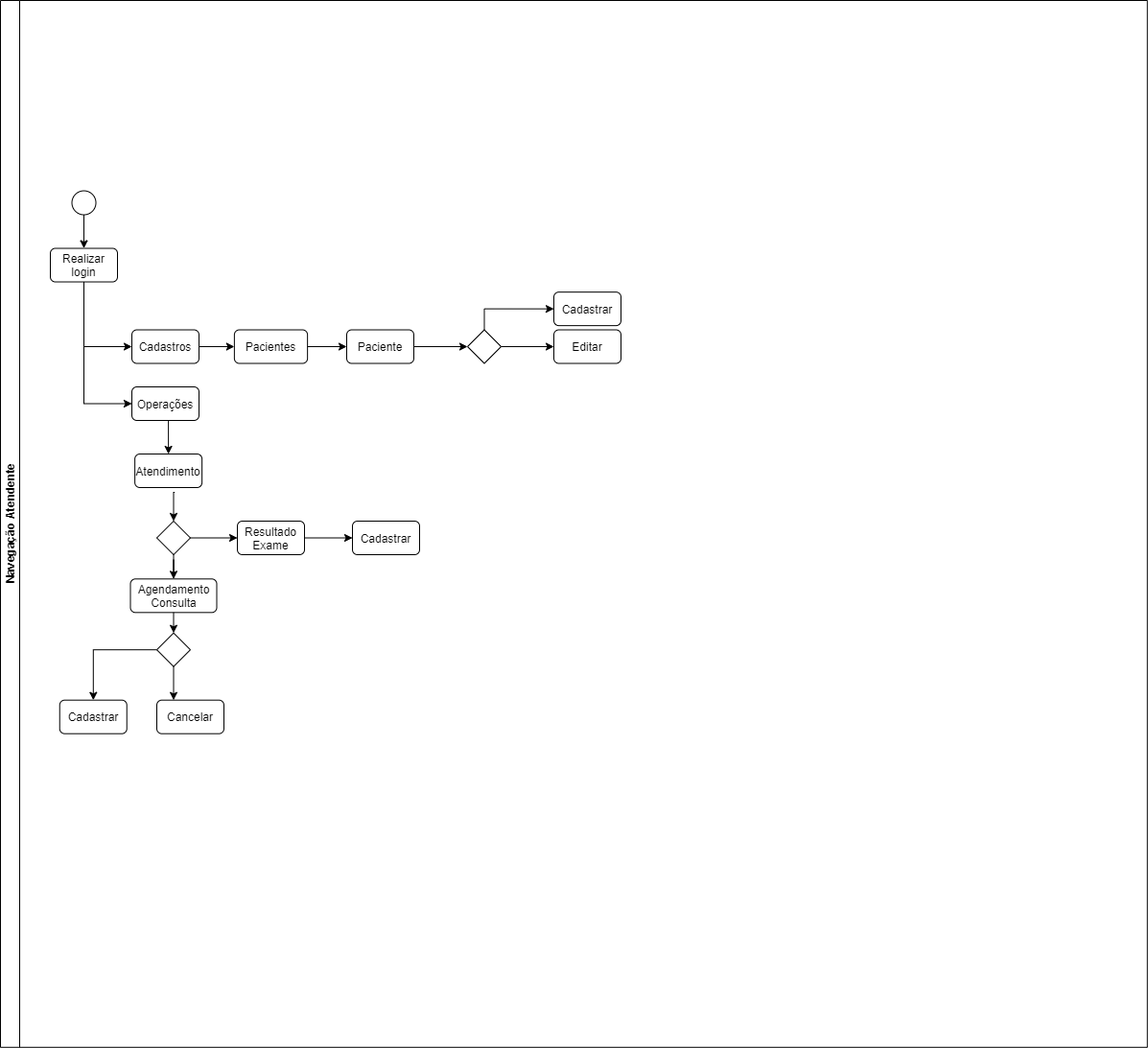
The draw.io diagram Diagramas/ArquiteturaAtendente.png in victorfg21/easy-clinical, before a commit. Source tidied: cells renumbered, new cells last; positions are measured from the earlier drawing's top-left corner, leaving out a move shared by most shapes. Source of this version:
```xml
<mxGraphModel>
  <root>
    <mxCell id="0" />
    <mxCell id="1" parent="0" />
    <mxCell id="2" value="Navegação Atendente" style="swimlane;html=1;startSize=20;horizontal=1;containerType=tree;rotation=-90;" parent="1" vertex="1">
      <mxGeometry width="1091.8" height="1195.8" as="geometry" />
    </mxCell>
    <mxCell id="3" style="ellipse;whiteSpace=wrap;html=1;" parent="2" vertex="1">
      <mxGeometry x="22.5" y="250.5" width="25" height="25" as="geometry" />
    </mxCell>
    <mxCell id="4" value="Realizar login" style="rounded=1;whiteSpace=wrap;html=1;" parent="2" vertex="1">
      <mxGeometry y="310.5" width="70" height="35" as="geometry" />
    </mxCell>
    <mxCell id="5" value="Cadastros" style="rounded=1;whiteSpace=wrap;html=1;" parent="2" vertex="1">
      <mxGeometry x="85" y="395.5" width="70" height="35" as="geometry" />
    </mxCell>
    <mxCell id="6" style="edgeStyle=orthogonalEdgeStyle;rounded=0;jettySize=auto;html=1;exitX=0.5;exitY=1;exitDx=0;exitDy=0;entryX=0.5;entryY=0;entryDx=0;entryDy=0;" parent="2" edge="1" source="7" target="11">
      <mxGeometry relative="1" as="geometry" />
    </mxCell>
    <mxCell id="7" value="Operações" style="rounded=1;whiteSpace=wrap;html=1;" parent="2" vertex="1">
      <mxGeometry x="85" y="455" width="70" height="35" as="geometry" />
    </mxCell>
    <mxCell id="8" style="edgeStyle=orthogonalEdgeStyle;rounded=0;jettySize=auto;html=1;exitX=0.5;exitY=1;exitDx=0;exitDy=0;entryX=0;entryY=0.5;entryDx=0;entryDy=0;" parent="2" edge="1" source="4" target="7">
      <mxGeometry relative="1" as="geometry" />
    </mxCell>
    <mxCell id="9" style="edgeStyle=orthogonalEdgeStyle;rounded=0;jettySize=auto;html=1;exitX=0.5;exitY=1;exitDx=0;exitDy=0;entryX=0;entryY=0.5;entryDx=0;entryDy=0;" parent="2" edge="1" source="4" target="5">
      <mxGeometry relative="1" as="geometry" />
    </mxCell>
    <mxCell id="10" style="edgeStyle=orthogonalEdgeStyle;rounded=0;jettySize=auto;html=1;exitX=1;exitY=0.5;exitDx=0;exitDy=0;entryX=0;entryY=0.5;entryDx=0;entryDy=0;" parent="2" edge="1" source="5" target="27">
      <mxGeometry relative="1" as="geometry" />
    </mxCell>
    <mxCell id="11" value="Atendimento" style="rounded=1;whiteSpace=wrap;html=1;" parent="2" vertex="1">
      <mxGeometry x="88.1" y="525" width="70" height="35" as="geometry" />
    </mxCell>
    <mxCell id="12" style="edgeStyle=orthogonalEdgeStyle;rounded=0;jettySize=auto;html=1;exitX=1;exitY=0.5;exitDx=0;exitDy=0;entryX=0;entryY=0.5;entryDx=0;entryDy=0;" parent="2" edge="1" source="14" target="20">
      <mxGeometry relative="1" as="geometry">
        <Array as="points">
          <mxPoint x="195" y="613" />
          <mxPoint x="195" y="613" />
        </Array>
      </mxGeometry>
    </mxCell>
    <mxCell id="13" style="edgeStyle=orthogonalEdgeStyle;rounded=0;jettySize=auto;html=1;exitX=0.5;exitY=1;exitDx=0;exitDy=0;" parent="2" edge="1" source="14" target="18">
      <mxGeometry relative="1" as="geometry" />
    </mxCell>
    <mxCell id="14" style="rhombus;whiteSpace=wrap;html=1;" parent="2" vertex="1">
      <mxGeometry x="111" y="595" width="35" height="35" as="geometry" />
    </mxCell>
    <mxCell id="15" style="edgeStyle=orthogonalEdgeStyle;rounded=0;jettySize=auto;html=1;entryX=0.5;entryY=0;entryDx=0;entryDy=0;" parent="2" edge="1" target="14">
      <mxGeometry relative="1" as="geometry">
        <mxPoint x="129.7" y="565" as="sourcePoint" />
      </mxGeometry>
    </mxCell>
    <mxCell id="16" style="edgeStyle=orthogonalEdgeStyle;rounded=0;jettySize=auto;html=1;exitX=0.5;exitY=1;exitDx=0;exitDy=0;entryX=0.25;entryY=0;entryDx=0;entryDy=0;" parent="2" edge="1" source="25" target="23">
      <mxGeometry relative="1" as="geometry" />
    </mxCell>
    <mxCell id="17" style="edgeStyle=orthogonalEdgeStyle;rounded=0;jettySize=auto;html=1;exitX=0;exitY=0.5;exitDx=0;exitDy=0;" parent="2" edge="1" source="25" target="22">
      <mxGeometry relative="1" as="geometry" />
    </mxCell>
    <mxCell id="18" value="Agendamento Consulta" style="rounded=1;whiteSpace=wrap;html=1;" parent="2" vertex="1">
      <mxGeometry x="83.5" y="655.3" width="90" height="35" as="geometry" />
    </mxCell>
    <mxCell id="19" style="edgeStyle=orthogonalEdgeStyle;rounded=0;jettySize=auto;html=1;exitX=1;exitY=0.5;exitDx=0;exitDy=0;" parent="2" edge="1" source="20" target="24">
      <mxGeometry relative="1" as="geometry" />
    </mxCell>
    <mxCell id="20" value="Resultado Exame" style="rounded=1;whiteSpace=wrap;html=1;" parent="2" vertex="1">
      <mxGeometry x="195" y="595" width="70" height="35" as="geometry" />
    </mxCell>
    <mxCell id="21" style="edgeStyle=orthogonalEdgeStyle;rounded=0;jettySize=auto;html=1;exitX=0.5;exitY=1;exitDx=0;exitDy=0;" parent="2" edge="1" source="3" target="4">
      <mxGeometry relative="1" as="geometry" />
    </mxCell>
    <mxCell id="22" value="Cadastrar" style="rounded=1;whiteSpace=wrap;html=1;" parent="2" vertex="1">
      <mxGeometry x="9.8" y="781.7" width="70" height="35" as="geometry" />
    </mxCell>
    <mxCell id="23" value="Cancelar" style="rounded=1;whiteSpace=wrap;html=1;" parent="2" vertex="1">
      <mxGeometry x="111" y="781.7" width="70" height="35" as="geometry" />
    </mxCell>
    <mxCell id="24" value="Cadastrar" style="rounded=1;whiteSpace=wrap;html=1;" parent="2" vertex="1">
      <mxGeometry x="315" y="595" width="70" height="35" as="geometry" />
    </mxCell>
    <mxCell id="25" style="rhombus;whiteSpace=wrap;html=1;" parent="2" vertex="1">
      <mxGeometry x="111" y="711.7" width="35" height="35" as="geometry" />
    </mxCell>
    <mxCell id="26" style="edgeStyle=orthogonalEdgeStyle;rounded=0;jettySize=auto;html=1;exitX=0.5;exitY=1;exitDx=0;exitDy=0;entryX=0.5;entryY=0;entryDx=0;entryDy=0;" parent="2" edge="1" source="18" target="25">
      <mxGeometry relative="1" as="geometry" />
    </mxCell>
    <mxCell id="27" value="Pacientes&lt;span style=&quot;color: rgba(0 , 0 , 0 , 0) ; font-family: monospace ; font-size: 0px ; white-space: nowrap&quot;&gt;%3CmxGraphModel%3E%3Croot%3E%3CmxCell%20id%3D%220%22%2F%3E%3CmxCell%20id%3D%221%22%20parent%3D%220%22%2F%3E%3CmxCell%20id%3D%222%22%20value%3D%22Profissionais%22%20style%3D%22rounded%3D1%3BwhiteSpace%3Dwrap%3Bhtml%3D1%3B%22%20vertex%3D%221%22%20parent%3D%221%22%3E%3CmxGeometry%20x%3D%22463.75%22%20y%3D%2296.5%22%20width%3D%2276.25%22%20height%3D%2235%22%20as%3D%22geometry%22%2F%3E%3C%2FmxCell%3E%3C%2Froot%3E%3C%2FmxGraphModel%3E&lt;/span&gt;" style="rounded=1;whiteSpace=wrap;html=1;" parent="2" vertex="1">
      <mxGeometry x="191.9" y="395.5" width="76.2" height="35" as="geometry" />
    </mxCell>
    <mxCell id="28" style="edgeStyle=orthogonalEdgeStyle;rounded=0;jettySize=auto;html=1;exitX=1;exitY=0.5;exitDx=0;exitDy=0;entryX=0;entryY=0.5;entryDx=0;entryDy=0;" parent="2" edge="1" source="29" target="31">
      <mxGeometry relative="1" as="geometry" />
    </mxCell>
    <mxCell id="29" value="Paciente" style="rounded=1;whiteSpace=wrap;html=1;" parent="2" vertex="1">
      <mxGeometry x="309" y="395.5" width="70" height="35" as="geometry" />
    </mxCell>
    <mxCell id="30" style="edgeStyle=orthogonalEdgeStyle;rounded=0;jettySize=auto;html=1;exitX=1;exitY=0.5;exitDx=0;exitDy=0;entryX=0;entryY=0.5;entryDx=0;entryDy=0;" parent="2" edge="1" source="27" target="29">
      <mxGeometry relative="1" as="geometry" />
    </mxCell>
    <mxCell id="31" style="rhombus;whiteSpace=wrap;html=1;" parent="2" vertex="1">
      <mxGeometry x="435" y="395.5" width="35" height="35" as="geometry" />
    </mxCell>
    <mxCell id="32" value="Editar" style="rounded=1;whiteSpace=wrap;html=1;" parent="2" vertex="1">
      <mxGeometry x="525" y="395.5" width="70" height="35" as="geometry" />
    </mxCell>
    <mxCell id="33" style="edgeStyle=orthogonalEdgeStyle;rounded=0;jettySize=auto;html=1;exitX=1;exitY=0.5;exitDx=0;exitDy=0;entryX=0;entryY=0.5;entryDx=0;entryDy=0;" parent="2" edge="1" source="31" target="32">
      <mxGeometry relative="1" as="geometry" />
    </mxCell>
    <mxCell id="34" value="Cadastrar" style="rounded=1;whiteSpace=wrap;html=1;" parent="2" vertex="1">
      <mxGeometry x="525" y="356.1" width="70" height="35" as="geometry" />
    </mxCell>
    <mxCell id="35" style="edgeStyle=orthogonalEdgeStyle;rounded=0;jettySize=auto;html=1;exitX=0.5;exitY=0;exitDx=0;exitDy=0;entryX=0;entryY=0.5;entryDx=0;entryDy=0;" parent="2" edge="1" source="31" target="34">
      <mxGeometry relative="1" as="geometry" />
    </mxCell>
  </root>
</mxGraphModel>
```
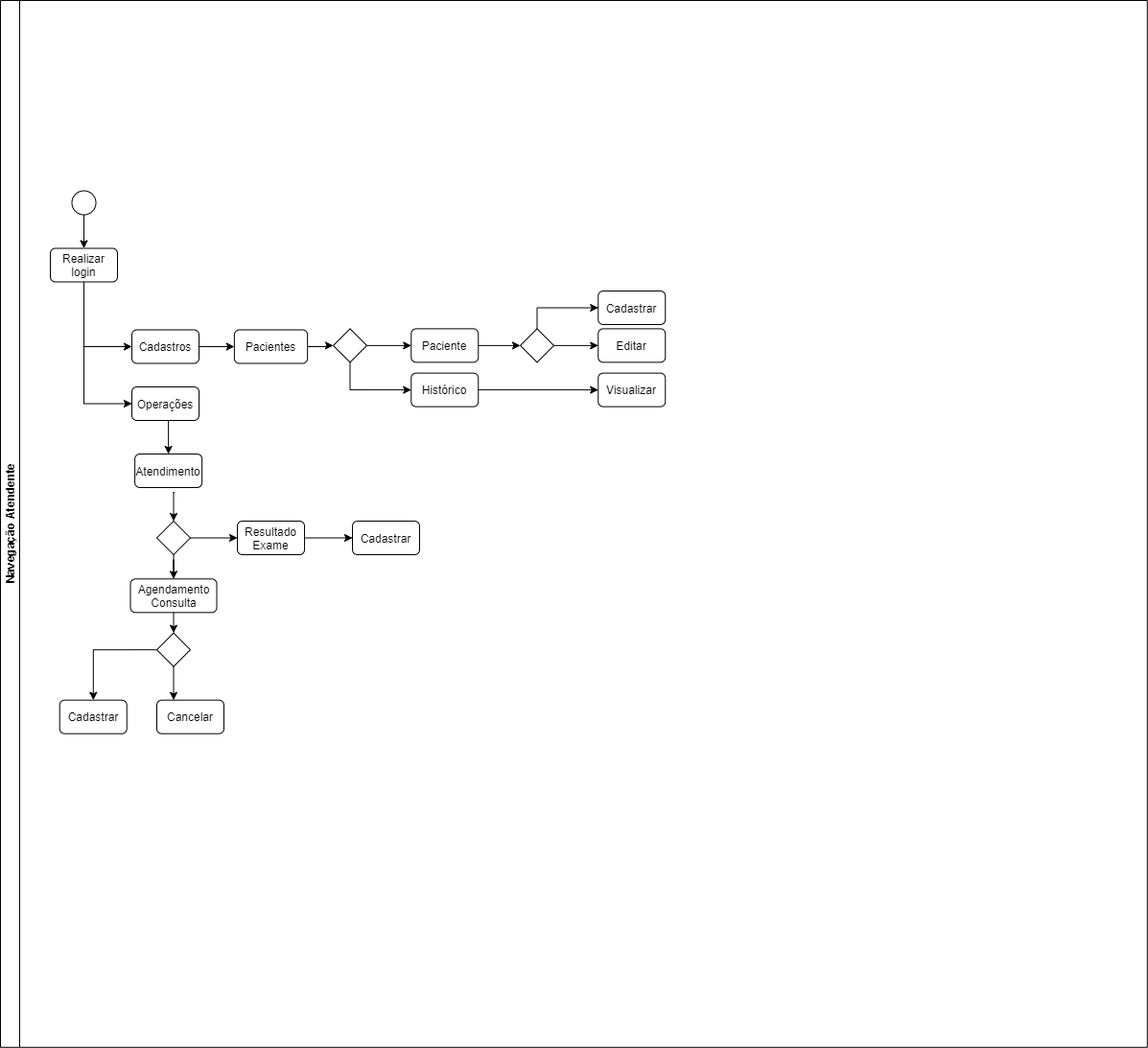
The same diagram one commit later.

Diff of the diagram source:
```diff
@@ -84,32 +84,50 @@
     <mxCell id="26" style="edgeStyle=orthogonalEdgeStyle;rounded=0;jettySize=auto;html=1;exitX=0.5;exitY=1;exitDx=0;exitDy=0;entryX=0.5;entryY=0;entryDx=0;entryDy=0;" parent="2" edge="1" source="18" target="25">
       <mxGeometry relative="1" as="geometry" />
     </mxCell>
+    <mxCell id="36" style="edgeStyle=orthogonalEdgeStyle;rounded=0;jettySize=auto;html=1;exitX=1;exitY=0.5;exitDx=0;exitDy=0;" parent="2" edge="1" source="27" target="37">
+      <mxGeometry relative="1" as="geometry" />
+    </mxCell>
     <mxCell id="27" value="Pacientes&lt;span style=&quot;color: rgba(0 , 0 , 0 , 0) ; font-family: monospace ; font-size: 0px ; white-space: nowrap&quot;&gt;%3CmxGraphModel%3E%3Croot%3E%3CmxCell%20id%3D%220%22%2F%3E%3CmxCell%20id%3D%221%22%20parent%3D%220%22%2F%3E%3CmxCell%20id%3D%222%22%20value%3D%22Profissionais%22%20style%3D%22rounded%3D1%3BwhiteSpace%3Dwrap%3Bhtml%3D1%3B%22%20vertex%3D%221%22%20parent%3D%221%22%3E%3CmxGeometry%20x%3D%22463.75%22%20y%3D%2296.5%22%20width%3D%2276.25%22%20height%3D%2235%22%20as%3D%22geometry%22%2F%3E%3C%2FmxCell%3E%3C%2Froot%3E%3C%2FmxGraphModel%3E&lt;/span&gt;" style="rounded=1;whiteSpace=wrap;html=1;" parent="2" vertex="1">
       <mxGeometry x="191.9" y="395.5" width="76.2" height="35" as="geometry" />
     </mxCell>
-    <mxCell id="28" style="edgeStyle=orthogonalEdgeStyle;rounded=0;jettySize=auto;html=1;exitX=1;exitY=0.5;exitDx=0;exitDy=0;entryX=0;entryY=0.5;entryDx=0;entryDy=0;" parent="2" edge="1" source="29" target="31">
-      <mxGeometry relative="1" as="geometry" />
-    </mxCell>
+    <mxCell id="37" style="rhombus;whiteSpace=wrap;html=1;" parent="2" vertex="1">
+      <mxGeometry x="295" y="394.4" width="35" height="35" as="geometry" />
+    </mxCell>
     <mxCell id="29" value="Paciente" style="rounded=1;whiteSpace=wrap;html=1;" parent="2" vertex="1">
-      <mxGeometry x="309" y="395.5" width="70" height="35" as="geometry" />
+      <mxGeometry x="376.2" y="394.4" width="70" height="35" as="geometry" />
     </mxCell>
-    <mxCell id="30" style="edgeStyle=orthogonalEdgeStyle;rounded=0;jettySize=auto;html=1;exitX=1;exitY=0.5;exitDx=0;exitDy=0;entryX=0;entryY=0.5;entryDx=0;entryDy=0;" parent="2" edge="1" source="27" target="29">
-      <mxGeometry relative="1" as="geometry" />
-    </mxCell>
-    <mxCell id="31" style="rhombus;whiteSpace=wrap;html=1;" parent="2" vertex="1">
-      <mxGeometry x="435" y="395.5" width="35" height="35" as="geometry" />
-    </mxCell>
+    <mxCell id="38" style="edgeStyle=orthogonalEdgeStyle;rounded=0;jettySize=auto;html=1;exitX=1;exitY=0.5;exitDx=0;exitDy=0;entryX=0;entryY=0.5;entryDx=0;entryDy=0;" parent="2" edge="1" source="37" target="29">
+      <mxGeometry relative="1" as="geometry" />
+    </mxCell>
+    <mxCell id="39" value="Histórico" style="rounded=1;whiteSpace=wrap;html=1;" parent="2" vertex="1">
+      <mxGeometry x="376.2" y="440.6" width="70" height="35" as="geometry" />
+    </mxCell>
+    <mxCell id="40" style="edgeStyle=orthogonalEdgeStyle;rounded=0;jettySize=auto;html=1;exitX=0.5;exitY=1;exitDx=0;exitDy=0;entryX=0;entryY=0.5;entryDx=0;entryDy=0;" parent="2" edge="1" source="37" target="39">
+      <mxGeometry relative="1" as="geometry" />
+    </mxCell>
+    <mxCell id="41" style="rhombus;whiteSpace=wrap;html=1;" parent="2" vertex="1">
+      <mxGeometry x="490" y="394.4" width="35" height="35" as="geometry" />
+    </mxCell>
+    <mxCell id="42" style="edgeStyle=orthogonalEdgeStyle;rounded=0;jettySize=auto;html=1;exitX=1;exitY=0.5;exitDx=0;exitDy=0;entryX=0;entryY=0.5;entryDx=0;entryDy=0;" parent="2" edge="1" source="29" target="41">
+      <mxGeometry relative="1" as="geometry" />
+    </mxCell>
     <mxCell id="32" value="Editar" style="rounded=1;whiteSpace=wrap;html=1;" parent="2" vertex="1">
-      <mxGeometry x="525" y="395.5" width="70" height="35" as="geometry" />
+      <mxGeometry x="571.2" y="394.4" width="70" height="35" as="geometry" />
     </mxCell>
-    <mxCell id="33" style="edgeStyle=orthogonalEdgeStyle;rounded=0;jettySize=auto;html=1;exitX=1;exitY=0.5;exitDx=0;exitDy=0;entryX=0;entryY=0.5;entryDx=0;entryDy=0;" parent="2" edge="1" source="31" target="32">
-      <mxGeometry relative="1" as="geometry" />
-    </mxCell>
+    <mxCell id="43" style="edgeStyle=orthogonalEdgeStyle;rounded=0;jettySize=auto;html=1;exitX=1;exitY=0.5;exitDx=0;exitDy=0;entryX=0;entryY=0.5;entryDx=0;entryDy=0;" parent="2" edge="1" source="41" target="32">
+      <mxGeometry relative="1" as="geometry" />
+    </mxCell>
     <mxCell id="34" value="Cadastrar" style="rounded=1;whiteSpace=wrap;html=1;" parent="2" vertex="1">
-      <mxGeometry x="525" y="356.1" width="70" height="35" as="geometry" />
+      <mxGeometry x="571.2" y="355" width="70" height="35" as="geometry" />
     </mxCell>
-    <mxCell id="35" style="edgeStyle=orthogonalEdgeStyle;rounded=0;jettySize=auto;html=1;exitX=0.5;exitY=0;exitDx=0;exitDy=0;entryX=0;entryY=0.5;entryDx=0;entryDy=0;" parent="2" edge="1" source="31" target="34">
-      <mxGeometry relative="1" as="geometry" />
-    </mxCell>
+    <mxCell id="44" style="edgeStyle=orthogonalEdgeStyle;rounded=0;jettySize=auto;html=1;exitX=0.5;exitY=0;exitDx=0;exitDy=0;entryX=0;entryY=0.5;entryDx=0;entryDy=0;" parent="2" edge="1" source="41" target="34">
+      <mxGeometry relative="1" as="geometry" />
+    </mxCell>
+    <mxCell id="45" value="Visualizar" style="rounded=1;whiteSpace=wrap;html=1;" parent="2" vertex="1">
+      <mxGeometry x="571.2" y="440.6" width="70" height="35" as="geometry" />
+    </mxCell>
+    <mxCell id="46" style="edgeStyle=orthogonalEdgeStyle;rounded=0;jettySize=auto;html=1;exitX=1;exitY=0.5;exitDx=0;exitDy=0;" parent="2" edge="1" source="39" target="45">
+      <mxGeometry relative="1" as="geometry" />
+    </mxCell>
   </root>
 </mxGraphModel>
```
